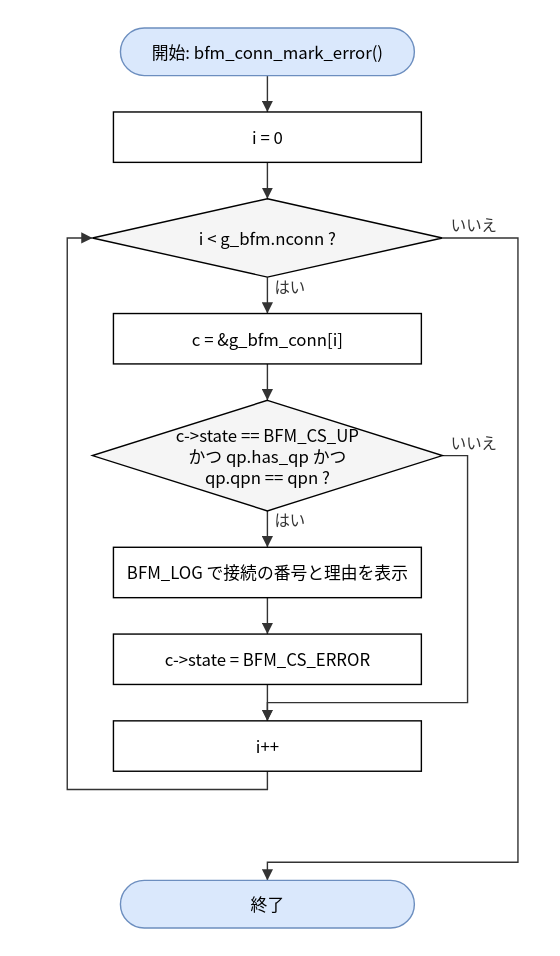
Before: doc/spec/images/flow_src_bfm_ops-bfm_conn_mark_error.drawio.svg, a diagram exported from draw.io (hf355051012-ai/bfmem). Source tidied: cells renumbered, new cells last; positions are measured from the earlier drawing's top-left corner, leaving out a move shared by most shapes.
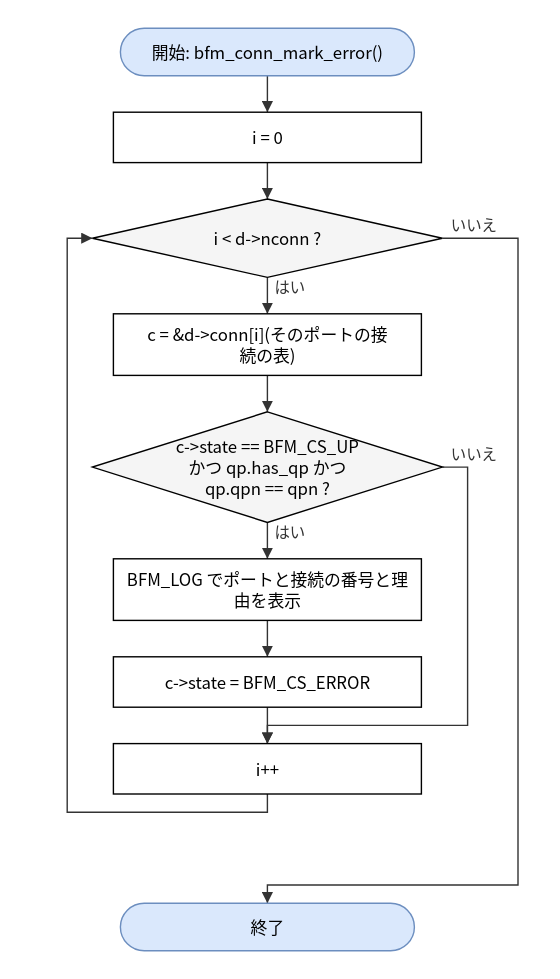
The same file after the commit.

What changed in the source:
```diff
@@ -8,26 +8,26 @@
     <mxCell id="3" value="i = 0" style="rounded=0;whiteSpace=wrap;html=1;" parent="1" vertex="1">
       <mxGeometry x="33" y="60" width="220" height="36" as="geometry" />
     </mxCell>
-    <mxCell id="4" value="i &amp;lt; g_bfm.nconn ?" style="rhombus;whiteSpace=wrap;html=1;fillColor=#f5f5f5;" parent="1" vertex="1">
+    <mxCell id="4" value="i &amp;lt; d-&amp;gt;nconn ?" style="rhombus;whiteSpace=wrap;html=1;fillColor=#f5f5f5;" parent="1" vertex="1">
       <mxGeometry x="18" y="122" width="250" height="56" as="geometry" />
     </mxCell>
-    <mxCell id="5" value="c = &amp;amp;g_bfm_conn[i]" style="rounded=0;whiteSpace=wrap;html=1;" parent="1" vertex="1">
-      <mxGeometry x="33" y="204" width="220" height="36" as="geometry" />
+    <mxCell id="5" value="c = &amp;amp;d-&amp;gt;conn[i](そのポートの接&lt;br&gt;続の表)" style="rounded=0;whiteSpace=wrap;html=1;" parent="1" vertex="1">
+      <mxGeometry x="33" y="204" width="220" height="44" as="geometry" />
     </mxCell>
     <mxCell id="6" value="c-&amp;gt;state == BFM_CS_UP&lt;br&gt;かつ qp.has_qp かつ&lt;br&gt;qp.qpn == qpn ?" style="rhombus;whiteSpace=wrap;html=1;fillColor=#f5f5f5;" parent="1" vertex="1">
-      <mxGeometry x="18" y="266" width="250" height="79" as="geometry" />
+      <mxGeometry x="18" y="274" width="250" height="79" as="geometry" />
     </mxCell>
-    <mxCell id="7" value="BFM_LOG で接続の番号と理由を表示" style="rounded=0;whiteSpace=wrap;html=1;" parent="1" vertex="1">
-      <mxGeometry x="33" y="371" width="220" height="36" as="geometry" />
+    <mxCell id="7" value="BFM_LOG でポートと接続の番号と理&lt;br&gt;由を表示" style="rounded=0;whiteSpace=wrap;html=1;" parent="1" vertex="1">
+      <mxGeometry x="33" y="379" width="220" height="44" as="geometry" />
     </mxCell>
     <mxCell id="8" value="c-&amp;gt;state = BFM_CS_ERROR" style="rounded=0;whiteSpace=wrap;html=1;" parent="1" vertex="1">
-      <mxGeometry x="33" y="433" width="220" height="36" as="geometry" />
+      <mxGeometry x="33" y="449" width="220" height="36" as="geometry" />
     </mxCell>
     <mxCell id="9" value="i++" style="rounded=0;whiteSpace=wrap;html=1;" parent="1" vertex="1">
-      <mxGeometry x="33" y="495" width="220" height="36" as="geometry" />
+      <mxGeometry x="33" y="511" width="220" height="36" as="geometry" />
     </mxCell>
     <mxCell id="10" value="終了" style="rounded=1;arcSize=50;whiteSpace=wrap;html=1;fillColor=#dae8fc;strokeColor=#6c8ebf;" parent="1" vertex="1">
-      <mxGeometry x="38" y="609" width="210" height="34" as="geometry" />
+      <mxGeometry x="38" y="625" width="210" height="34" as="geometry" />
     </mxCell>
     <mxCell id="11" style="edgeStyle=none;html=1;rounded=0;endArrow=block;endFill=1;exitX=0.5000;exitY=1.0000;exitDx=0;exitDy=0;exitPerimeter=0;entryX=0.5000;entryY=0.0000;entryDx=0;entryDy=0;entryPerimeter=0;" parent="1" edge="1" source="2" target="3">
       <mxGeometry relative="1" as="geometry" />
@@ -53,17 +53,17 @@
     <mxCell id="18" value="いいえ" style="edgeStyle=none;html=1;rounded=0;endArrow=block;endFill=1;exitX=1.0000;exitY=0.5000;exitDx=0;exitDy=0;exitPerimeter=0;entryX=0.5000;entryY=0.0000;entryDx=0;entryDy=0;entryPerimeter=0;" parent="1" edge="1" source="6" target="9">
       <mxGeometry relative="1" as="geometry">
         <Array as="points">
-          <mxPoint x="286" y="305.5" />
-          <mxPoint x="286" y="482" />
-          <mxPoint x="143" y="482" />
+          <mxPoint x="286" y="313.5" />
+          <mxPoint x="286" y="498" />
+          <mxPoint x="143" y="498" />
         </Array>
       </mxGeometry>
     </mxCell>
     <mxCell id="19" style="edgeStyle=none;html=1;rounded=0;endArrow=block;endFill=1;exitX=0.5000;exitY=1.0000;exitDx=0;exitDy=0;exitPerimeter=0;entryX=0.0000;entryY=0.5000;entryDx=0;entryDy=0;entryPerimeter=0;" parent="1" edge="1" source="9" target="4">
       <mxGeometry relative="1" as="geometry">
         <Array as="points">
-          <mxPoint x="143" y="544" />
-          <mxPoint y="544" />
+          <mxPoint x="143" y="560" />
+          <mxPoint y="560" />
           <mxPoint y="150" />
         </Array>
       </mxGeometry>
@@ -72,8 +72,8 @@
       <mxGeometry relative="1" as="geometry">
         <Array as="points">
           <mxPoint x="322" y="150" />
-          <mxPoint x="322" y="596" />
-          <mxPoint x="143" y="596" />
+          <mxPoint x="322" y="612" />
+          <mxPoint x="143" y="612" />
         </Array>
       </mxGeometry>
     </mxCell>
```
